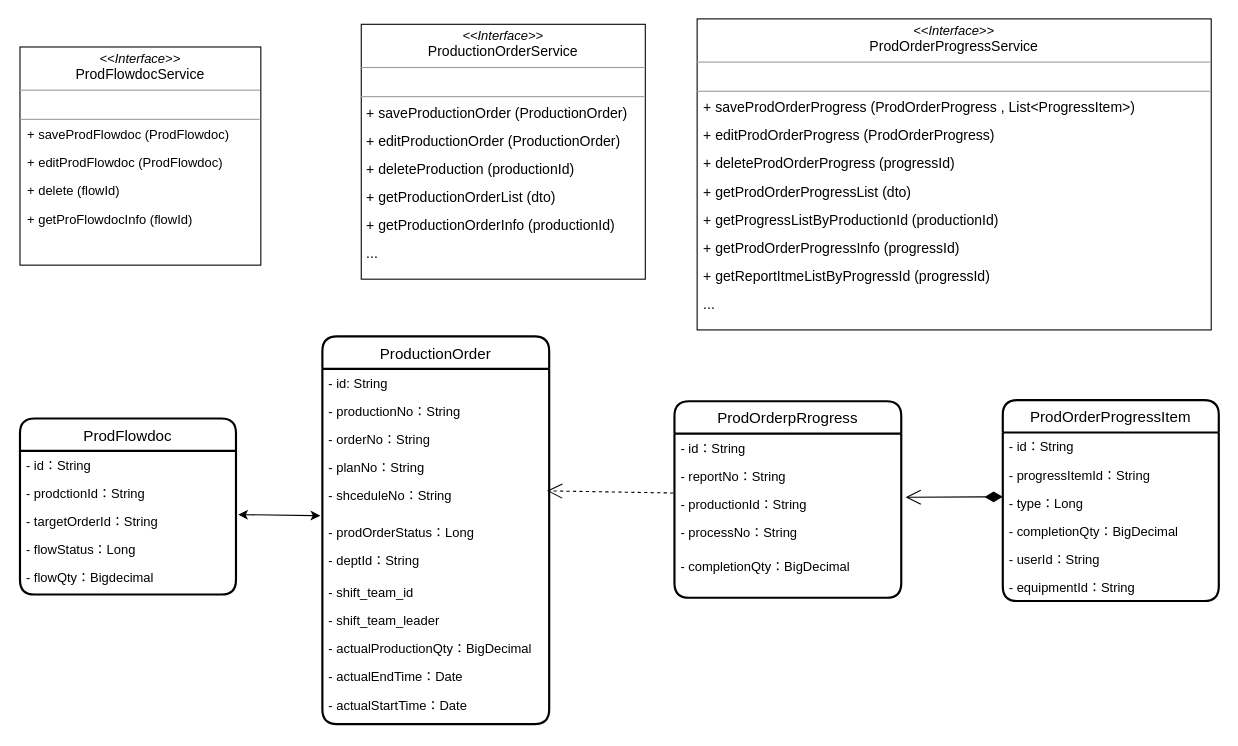
This is page "制令单" (1 of 4) of 类图.drawio from KNAI-I/test, a draw.io file, before an edit. Source tidied: cells renumbered, new cells numbered last; positions are measured from the earlier drawing's top-left corner, leaving out a move shared by most shapes. Both pictures are drawn from the tidied source at 108%, with x=0, y=0 at pixel (19, 18).
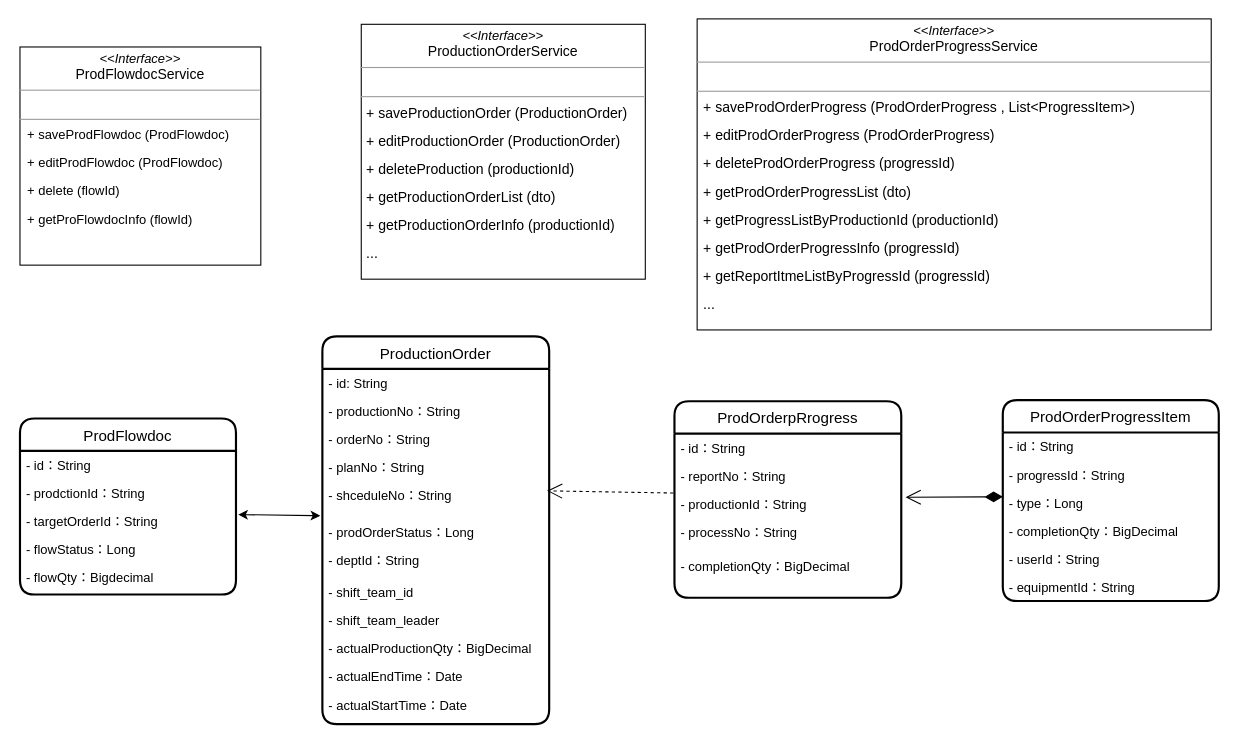
The same diagram, later.

Unchanged cells that the change refers to:
```xml
<mxCell id="21" value="ProdOrderProgressItem" style="swimlane;horizontal=1;startSize=30;rounded=1;fontSize=14;fontStyle=0;strokeWidth=2;shadow=0;dashed=0;align=center;" parent="1" vertex="1">
  <mxGeometry x="910" y="353" width="200" height="186" as="geometry" />
</mxCell>
```

What changed in the source:
```diff
@@
-    <mxCell id="23" value="- progressItemId：String" style="text;strokeColor=none;fillColor=none;align=left;verticalAlign=top;spacingLeft=4;spacingRight=4;overflow=hidden;" parent="21" vertex="1">
+    <mxCell id="23" value="- progressId：String" style="text;strokeColor=none;fillColor=none;align=left;verticalAlign=top;spacingLeft=4;spacingRight=4;overflow=hidden;" parent="21" vertex="1">
       <mxGeometry y="56" width="200" height="26" as="geometry" />
     </mxCell>
```
